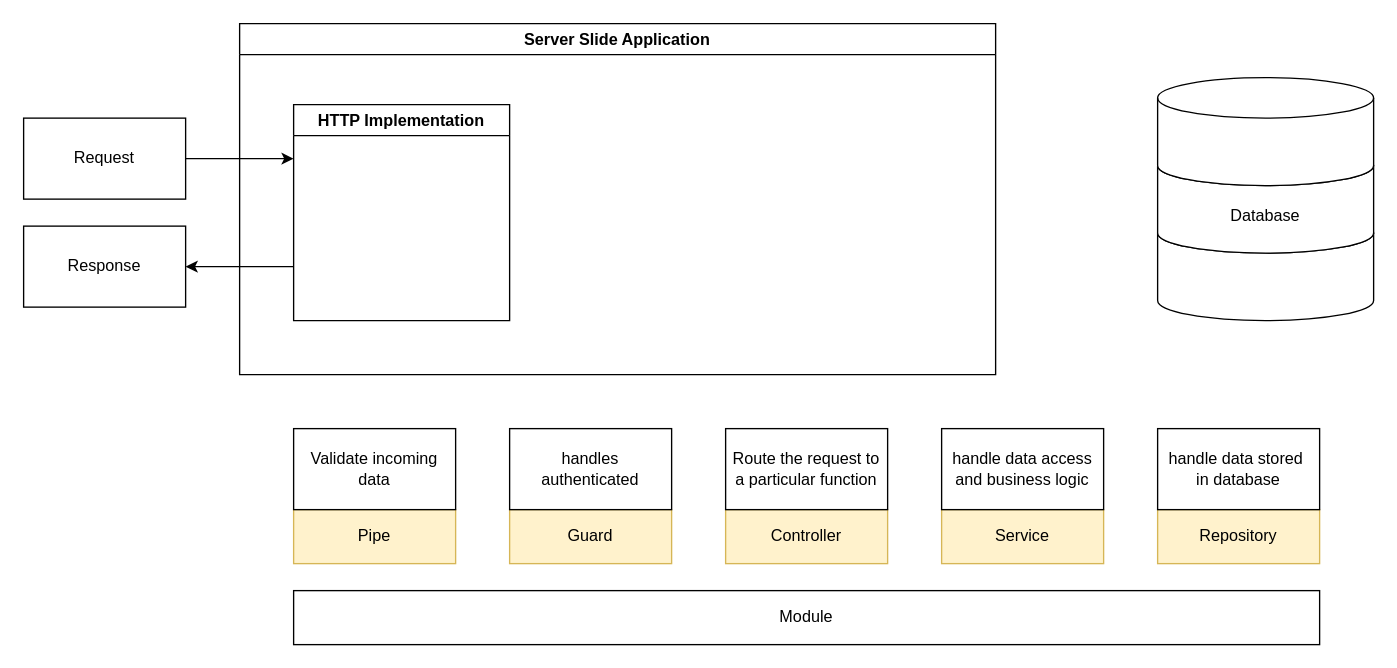
Earlier version of the draw.io diagram page "server slide working" (1 of 2) of Backend_Diagram.drawio (johnseetoh25/draw.io_Gallery). Source tidied: cells renumbered, new cells numbered last; positions are measured from the earlier drawing's top-left corner, leaving out a move shared by most shapes. Both pictures are drawn from the tidied source at 135%, with x=0, y=0 at pixel (23, 23).
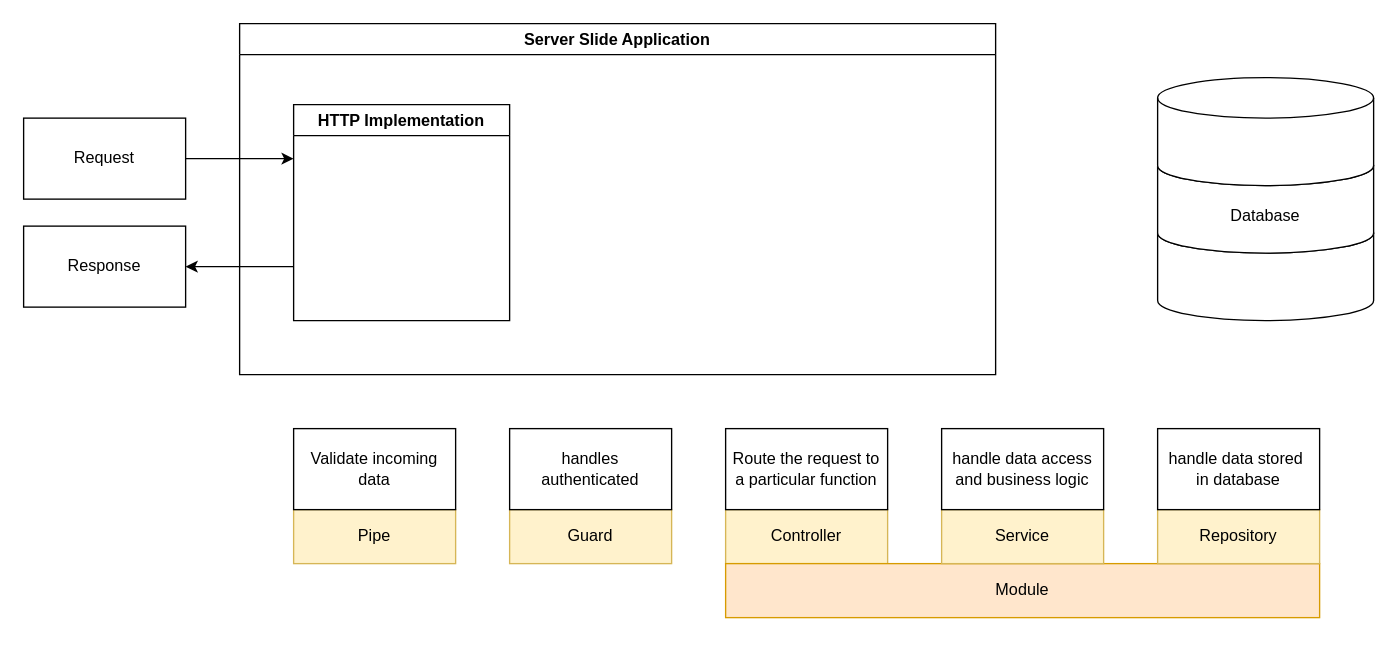
The same diagram, later.

Diff of the diagram source:
```diff
@@
-    <mxCell id="11" value="Module" style="rounded=0;whiteSpace=wrap;html=1;" parent="1" vertex="1">
-      <mxGeometry x="200" y="420" width="760" height="40" as="geometry" />
+    <mxCell id="11" value="Module" style="rounded=0;whiteSpace=wrap;html=1;fillColor=#ffe6cc;strokeColor=#d79b00;" parent="1" vertex="1">
+      <mxGeometry x="520" y="400" width="440" height="40" as="geometry" />
     </mxCell>
```
